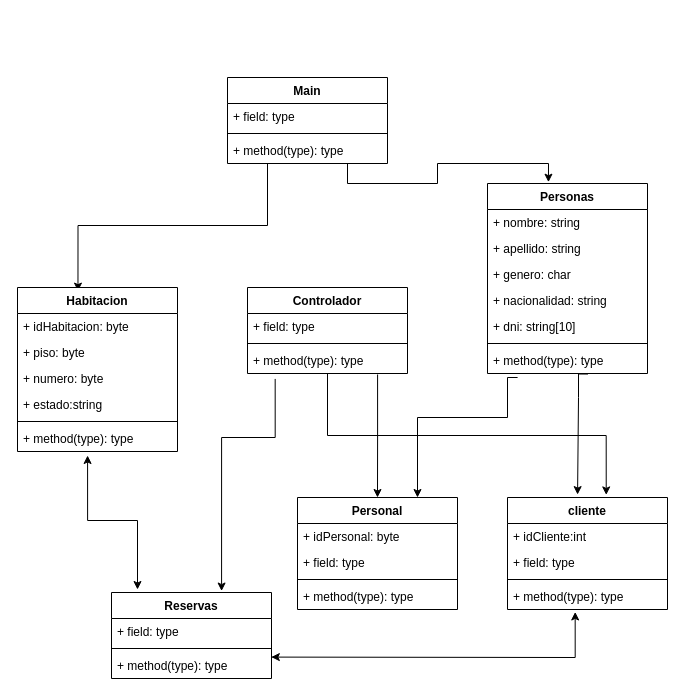
Earlier version of the draw.io diagram UML_hotel.drawio (MicaelaAimone/TpFinal). Source tidied: cells renumbered, new cells numbered last; positions are measured from the earlier drawing's top-left corner, leaving out a move shared by most shapes. Both pictures are drawn from the tidied source at 100%, with x=0, y=0 at pixel (17, 77).
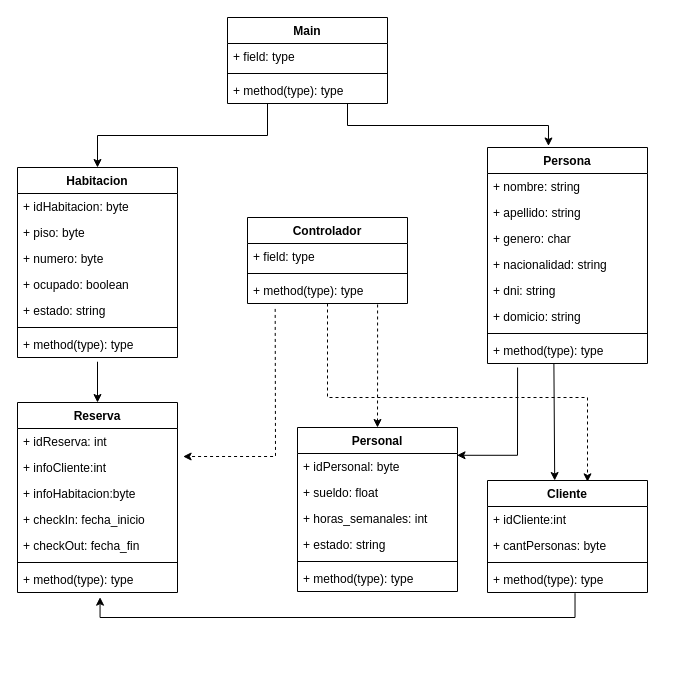
After the change.

Commit message:
UML actualizado

The change refers to these unchanged cells:
```xml
<mxCell id="33" value="+ method(type): type" style="text;strokeColor=none;fillColor=none;align=left;verticalAlign=top;spacingLeft=4;spacingRight=4;overflow=hidden;points=[[0,0.5],[1,0.5]];portConstraint=eastwest;whiteSpace=wrap;html=1;" parent="29" vertex="1">
  <mxGeometry y="86" width="160" height="26" as="geometry" />
</mxCell>
<mxCell id="35" value="+ idPersonal: byte" style="text;strokeColor=none;fillColor=none;align=left;verticalAlign=top;spacingLeft=4;spacingRight=4;overflow=hidden;points=[[0,0.5],[1,0.5]];portConstraint=eastwest;whiteSpace=wrap;html=1;" parent="34" vertex="1">
  <mxGeometry y="26" width="160" height="26" as="geometry" />
</mxCell>
<mxCell id="42" value="+ method(type): type" style="text;strokeColor=none;fillColor=none;align=left;verticalAlign=top;spacingLeft=4;spacingRight=4;overflow=hidden;points=[[0,0.5],[1,0.5]];portConstraint=eastwest;whiteSpace=wrap;html=1;" parent="39" vertex="1">
  <mxGeometry y="60" width="160" height="26" as="geometry" />
</mxCell>
```

The edit, as a diff of the source:
```diff
@@
-    <mxCell id="2" style="edgeStyle=orthogonalEdgeStyle;rounded=0;jettySize=auto;html=1;exitX=0.25;exitY=1;exitDx=0;exitDy=0;entryX=0.378;entryY=0.022;entryDx=0;entryDy=0;entryPerimeter=0;" parent="1" edge="1" source="4" target="9">
+    <mxCell id="2" style="edgeStyle=orthogonalEdgeStyle;rounded=0;jettySize=auto;html=1;exitX=0.25;exitY=1;exitDx=0;exitDy=0;entryX=0.5;entryY=0;entryDx=0;entryDy=0;" parent="1" edge="1" source="4" target="9">
       <mxGeometry relative="1" as="geometry" />
     </mxCell>
@@
     <mxCell id="4" value="Main" style="swimlane;fontStyle=1;align=center;verticalAlign=top;horizontal=1;startSize=26;whiteSpace=wrap;html=1;" parent="1" vertex="1">
-      <mxGeometry x="210" width="160" height="86" as="geometry" />
+      <mxGeometry x="210" y="-60" width="160" height="86" as="geometry" />
     </mxCell>
@@
-    <mxCell id="8" style="edgeStyle=orthogonalEdgeStyle;rounded=0;jettySize=auto;html=1;exitX=0.173;exitY=1.209;exitDx=0;exitDy=0;entryX=0.688;entryY=-0.017;entryDx=0;entryDy=0;entryPerimeter=0;exitPerimeter=0;" parent="1" edge="1" source="42" target="25">
+    <mxCell id="8" style="edgeStyle=elbowEdgeStyle;rounded=0;jettySize=auto;html=1;exitX=0.173;exitY=1.209;exitDx=0;exitDy=0;exitPerimeter=0;entryX=1.035;entryY=0.077;entryDx=0;entryDy=0;dashed=1;entryPerimeter=0;" parent="1" edge="1" source="42" target="26">
       <mxGeometry relative="1" as="geometry">
         <Array as="points">
-          <mxPoint x="258" y="360" />
-          <mxPoint x="204" y="360" />
+          <mxPoint x="258" y="330" />
         </Array>
       </mxGeometry>
     </mxCell>
     <mxCell id="9" value="Habitacion" style="swimlane;fontStyle=1;align=center;verticalAlign=top;horizontal=1;startSize=26;whiteSpace=wrap;html=1;" parent="1" vertex="1">
-      <mxGeometry y="210" width="160" height="164" as="geometry" />
+      <mxGeometry y="90" width="160" height="190" as="geometry" />
     </mxCell>
@@
-    <mxCell id="13" value="+ estado:string" style="text;strokeColor=none;fillColor=none;align=left;verticalAlign=top;spacingLeft=4;spacingRight=4;overflow=hidden;whiteSpace=wrap;html=1;" parent="9" vertex="1">
+    <mxCell id="13" value="+ ocupado: boolean" style="text;strokeColor=none;fillColor=none;align=left;verticalAlign=top;spacingLeft=4;spacingRight=4;overflow=hidden;whiteSpace=wrap;html=1;" parent="9" vertex="1">
       <mxGeometry y="104" width="160" height="26" as="geometry" />
     </mxCell>
+    <mxCell id="48" value="+ estado: string" style="text;strokeColor=none;fillColor=none;align=left;verticalAlign=top;spacingLeft=4;spacingRight=4;overflow=hidden;whiteSpace=wrap;html=1;" parent="9" vertex="1">
+      <mxGeometry y="130" width="160" height="26" as="geometry" />
+    </mxCell>
     <mxCell id="14" style="line;strokeWidth=1;fillColor=none;align=left;verticalAlign=middle;spacingTop=-1;spacingLeft=3;spacingRight=3;labelPosition=right;strokeColor=inherit;" parent="9" vertex="1">
-      <mxGeometry y="130" width="160" height="8" as="geometry" />
+      <mxGeometry y="156" width="160" height="8" as="geometry" />
     </mxCell>
     <mxCell id="15" value="+ method(type): type" style="text;strokeColor=none;fillColor=none;align=left;verticalAlign=top;spacingLeft=4;spacingRight=4;overflow=hidden;points=[[0,0.5],[1,0.5]];portConstraint=eastwest;whiteSpace=wrap;html=1;" parent="9" vertex="1">
-      <mxGeometry y="138" width="160" height="26" as="geometry" />
+      <mxGeometry y="164" width="160" height="26" as="geometry" />
     </mxCell>
-    <mxCell id="16" value="Personas" style="swimlane;fontStyle=1;align=center;verticalAlign=top;horizontal=1;startSize=26;whiteSpace=wrap;html=1;" parent="1" vertex="1">
-      <mxGeometry x="470" y="106" width="160" height="190" as="geometry" />
+    <mxCell id="16" value="Persona" style="swimlane;fontStyle=1;align=center;verticalAlign=top;horizontal=1;startSize=26;whiteSpace=wrap;html=1;" parent="1" vertex="1">
+      <mxGeometry x="470" y="70" width="160" height="216" as="geometry" />
     </mxCell>
@@
-    <mxCell id="21" value="+ dni: string[10]" style="text;strokeColor=none;fillColor=none;align=left;verticalAlign=top;spacingLeft=4;spacingRight=4;overflow=hidden;whiteSpace=wrap;html=1;" parent="16" vertex="1">
+    <mxCell id="21" value="+ dni: string" style="text;strokeColor=none;fillColor=none;align=left;verticalAlign=top;spacingLeft=4;spacingRight=4;overflow=hidden;whiteSpace=wrap;html=1;" parent="16" vertex="1">
       <mxGeometry y="130" width="160" height="26" as="geometry" />
     </mxCell>
+    <mxCell id="49" value="+ domicio: string" style="text;strokeColor=none;fillColor=none;align=left;verticalAlign=top;spacingLeft=4;spacingRight=4;overflow=hidden;whiteSpace=wrap;html=1;" parent="16" vertex="1">
+      <mxGeometry y="156" width="160" height="26" as="geometry" />
+    </mxCell>
     <mxCell id="22" style="line;strokeWidth=1;fillColor=none;align=left;verticalAlign=middle;spacingTop=-1;spacingLeft=3;spacingRight=3;labelPosition=right;strokeColor=inherit;" parent="16" vertex="1">
-      <mxGeometry y="156" width="160" height="8" as="geometry" />
+      <mxGeometry y="182" width="160" height="8" as="geometry" />
     </mxCell>
     <mxCell id="23" value="+ method(type): type" style="text;strokeColor=none;fillColor=none;align=left;verticalAlign=top;spacingLeft=4;spacingRight=4;overflow=hidden;points=[[0,0.5],[1,0.5]];portConstraint=eastwest;whiteSpace=wrap;html=1;" parent="16" vertex="1">
-      <mxGeometry y="164" width="160" height="26" as="geometry" />
+      <mxGeometry y="190" width="160" height="26" as="geometry" />
     </mxCell>
-    <mxCell id="24" style="edgeStyle=orthogonalEdgeStyle;rounded=0;jettySize=auto;html=1;exitX=0.5;exitY=1;exitDx=0;exitDy=0;entryX=0.617;entryY=-0.023;entryDx=0;entryDy=0;entryPerimeter=0;" parent="1" edge="1" source="39" target="29">
-      <mxGeometry relative="1" as="geometry" />
+    <mxCell id="24" style="edgeStyle=orthogonalEdgeStyle;rounded=0;jettySize=auto;html=1;exitX=0.5;exitY=1;exitDx=0;exitDy=0;entryX=0.625;entryY=0.012;entryDx=0;entryDy=0;entryPerimeter=0;dashed=1;" parent="1" edge="1" source="39" target="29">
+      <mxGeometry relative="1" as="geometry">
+        <Array as="points">
+          <mxPoint x="310" y="320" />
+          <mxPoint x="570" y="320" />
+        </Array>
+      </mxGeometry>
     </mxCell>
-    <mxCell id="25" value="Reservas" style="swimlane;fontStyle=1;align=center;verticalAlign=top;horizontal=1;startSize=26;whiteSpace=wrap;html=1;" parent="1" vertex="1">
-      <mxGeometry x="94" y="515" width="160" height="86" as="geometry" />
+    <mxCell id="25" value="Reserva" style="swimlane;fontStyle=1;align=center;verticalAlign=top;horizontal=1;startSize=26;whiteSpace=wrap;html=1;" parent="1" vertex="1">
+      <mxGeometry y="325" width="160" height="190" as="geometry" />
     </mxCell>
+    <mxCell id="50" value="+ idReserva: int" style="text;strokeColor=none;fillColor=none;align=left;verticalAlign=top;spacingLeft=4;spacingRight=4;overflow=hidden;whiteSpace=wrap;html=1;" parent="25" vertex="1">
+      <mxGeometry y="26" width="160" height="26" as="geometry" />
+    </mxCell>
-    <mxCell id="26" value="+ field: type" style="text;strokeColor=none;fillColor=none;align=left;verticalAlign=top;spacingLeft=4;spacingRight=4;overflow=hidden;points=[[0,0.5],[1,0.5]];portConstraint=eastwest;whiteSpace=wrap;html=1;" parent="25" vertex="1">
-      <mxGeometry y="26" width="160" height="26" as="geometry" />
+    <mxCell id="26" value="+ infoCliente:int" style="text;strokeColor=none;fillColor=none;align=left;verticalAlign=top;spacingLeft=4;spacingRight=4;overflow=hidden;points=[[0,0.5],[1,0.5]];portConstraint=eastwest;whiteSpace=wrap;html=1;" parent="25" vertex="1">
+      <mxGeometry y="52" width="160" height="26" as="geometry" />
     </mxCell>
+    <mxCell id="51" value="+ infoHabitacion:byte" style="text;strokeColor=none;fillColor=none;align=left;verticalAlign=top;spacingLeft=4;spacingRight=4;overflow=hidden;whiteSpace=wrap;html=1;" parent="25" vertex="1">
+      <mxGeometry y="78" width="160" height="26" as="geometry" />
+    </mxCell>
+    <mxCell id="31" value="+ checkIn: fecha_inicio" style="text;strokeColor=none;fillColor=none;align=left;verticalAlign=top;spacingLeft=4;spacingRight=4;overflow=hidden;whiteSpace=wrap;html=1;" parent="25" vertex="1">
+      <mxGeometry y="104" width="160" height="26" as="geometry" />
+    </mxCell>
+    <mxCell id="52" value="+ checkOut: fecha_fin" style="text;strokeColor=none;fillColor=none;align=left;verticalAlign=top;spacingLeft=4;spacingRight=4;overflow=hidden;whiteSpace=wrap;html=1;" parent="25" vertex="1">
+      <mxGeometry y="130" width="160" height="26" as="geometry" />
+    </mxCell>
     <mxCell id="27" style="line;strokeWidth=1;fillColor=none;align=left;verticalAlign=middle;spacingTop=-1;spacingLeft=3;spacingRight=3;labelPosition=right;strokeColor=inherit;" parent="25" vertex="1">
-      <mxGeometry y="52" width="160" height="8" as="geometry" />
+      <mxGeometry y="156" width="160" height="8" as="geometry" />
     </mxCell>
     <mxCell id="28" value="+ method(type): type" style="text;strokeColor=none;fillColor=none;align=left;verticalAlign=top;spacingLeft=4;spacingRight=4;overflow=hidden;points=[[0,0.5],[1,0.5]];portConstraint=eastwest;whiteSpace=wrap;html=1;" parent="25" vertex="1">
-      <mxGeometry y="60" width="160" height="26" as="geometry" />
+      <mxGeometry y="164" width="160" height="26" as="geometry" />
     </mxCell>
-    <mxCell id="29" value="cliente" style="swimlane;fontStyle=1;align=center;verticalAlign=top;horizontal=1;startSize=26;whiteSpace=wrap;html=1;" parent="1" vertex="1">
-      <mxGeometry x="490" y="420" width="160" height="112" as="geometry" />
+    <mxCell id="29" value="Cliente" style="swimlane;fontStyle=1;align=center;verticalAlign=top;horizontal=1;startSize=26;whiteSpace=wrap;html=1;" parent="1" vertex="1">
+      <mxGeometry x="470" y="403" width="160" height="112" as="geometry" />
     </mxCell>
@@
-    <mxCell id="31" value="+ field: type" style="text;strokeColor=none;fillColor=none;align=left;verticalAlign=top;spacingLeft=4;spacingRight=4;overflow=hidden;whiteSpace=wrap;html=1;" parent="29" vertex="1">
-      <mxGeometry y="52" width="160" height="26" as="geometry" />
-    </mxCell>
+    <mxCell id="53" value="+ cantPersonas: byte" style="text;strokeColor=none;fillColor=none;align=left;verticalAlign=top;spacingLeft=4;spacingRight=4;overflow=hidden;whiteSpace=wrap;html=1;" parent="29" vertex="1">
+      <mxGeometry y="52" width="160" height="26" as="geometry" />
+    </mxCell>
@@
     <mxCell id="34" value="Personal" style="swimlane;fontStyle=1;align=center;verticalAlign=top;horizontal=1;startSize=26;whiteSpace=wrap;html=1;" parent="1" vertex="1">
-      <mxGeometry x="280" y="420" width="160" height="112" as="geometry" />
+      <mxGeometry x="280" y="350" width="160" height="164" as="geometry" />
     </mxCell>
@@
-    <mxCell id="36" value="+ field: type" style="text;strokeColor=none;fillColor=none;align=left;verticalAlign=top;spacingLeft=4;spacingRight=4;overflow=hidden;whiteSpace=wrap;html=1;" parent="34" vertex="1">
+    <mxCell id="36" value="+ sueldo: float" style="text;strokeColor=none;fillColor=none;align=left;verticalAlign=top;spacingLeft=4;spacingRight=4;overflow=hidden;whiteSpace=wrap;html=1;" parent="34" vertex="1">
       <mxGeometry y="52" width="160" height="26" as="geometry" />
     </mxCell>
+    <mxCell id="54" value="+ horas_semanales: int&amp;nbsp;" style="text;strokeColor=none;fillColor=none;align=left;verticalAlign=top;spacingLeft=4;spacingRight=4;overflow=hidden;whiteSpace=wrap;html=1;" parent="34" vertex="1">
+      <mxGeometry y="78" width="160" height="26" as="geometry" />
+    </mxCell>
+    <mxCell id="55" value="+ estado: string" style="text;strokeColor=none;fillColor=none;align=left;verticalAlign=top;spacingLeft=4;spacingRight=4;overflow=hidden;whiteSpace=wrap;html=1;" parent="34" vertex="1">
+      <mxGeometry y="104" width="160" height="26" as="geometry" />
+    </mxCell>
     <mxCell id="37" style="line;strokeWidth=1;fillColor=none;align=left;verticalAlign=middle;spacingTop=-1;spacingLeft=3;spacingRight=3;labelPosition=right;strokeColor=inherit;" parent="34" vertex="1">
-      <mxGeometry y="78" width="160" height="8" as="geometry" />
+      <mxGeometry y="130" width="160" height="8" as="geometry" />
     </mxCell>
     <mxCell id="38" value="+ method(type): type" style="text;strokeColor=none;fillColor=none;align=left;verticalAlign=top;spacingLeft=4;spacingRight=4;overflow=hidden;whiteSpace=wrap;html=1;" parent="34" vertex="1">
-      <mxGeometry y="86" width="160" height="26" as="geometry" />
+      <mxGeometry y="138" width="160" height="26" as="geometry" />
     </mxCell>
     <mxCell id="39" value="Controlador" style="swimlane;fontStyle=1;align=center;verticalAlign=top;horizontal=1;startSize=26;whiteSpace=wrap;html=1;" parent="1" vertex="1">
-      <mxGeometry x="230" y="210" width="160" height="86" as="geometry" />
+      <mxGeometry x="230" y="140" width="160" height="86" as="geometry" />
     </mxCell>
@@
-    <mxCell id="43" style="edgeStyle=orthogonalEdgeStyle;rounded=0;jettySize=auto;html=1;exitX=0.813;exitY=1.038;exitDx=0;exitDy=0;entryX=0.5;entryY=0;entryDx=0;entryDy=0;exitPerimeter=0;" parent="1" edge="1" source="42" target="34">
+    <mxCell id="43" style="edgeStyle=orthogonalEdgeStyle;rounded=0;jettySize=auto;html=1;exitX=0.813;exitY=1.038;exitDx=0;exitDy=0;entryX=0.5;entryY=0;entryDx=0;entryDy=0;exitPerimeter=0;dashed=1;" parent="1" edge="1" source="42" target="34">
       <mxGeometry relative="1" as="geometry" />
     </mxCell>
-    <mxCell id="44" style="endArrow=classic;startArrow=classic;html=1;rounded=0;entryX=0.423;entryY=1.095;entryDx=0;entryDy=0;entryPerimeter=0;edgeStyle=orthogonalEdgeStyle;exitX=0.999;exitY=0.177;exitDx=0;exitDy=0;exitPerimeter=0;" parent="1" edge="1" source="28" target="33">
+    <mxCell id="44" style="endArrow=none;startArrow=classic;html=1;rounded=0;edgeStyle=elbowEdgeStyle;exitX=0.516;exitY=1.18;exitDx=0;exitDy=0;exitPerimeter=0;entryX=0.547;entryY=1.026;entryDx=0;entryDy=0;entryPerimeter=0;startFill=1;endFill=0;" parent="1" edge="1" source="28" target="33">
       <mxGeometry relative="1" as="geometry">
         <Array as="points">
-          <mxPoint x="255" y="580" />
-          <mxPoint x="548" y="580" />
+          <mxPoint x="250" y="540" />
         </Array>
       </mxGeometry>
     </mxCell>
-    <mxCell id="45" style="endArrow=classic;startArrow=classic;html=1;rounded=0;entryX=0.438;entryY=1.154;entryDx=0;entryDy=0;entryPerimeter=0;edgeStyle=orthogonalEdgeStyle;" parent="1" edge="1" target="15">
-      <mxGeometry relative="1" as="geometry">
-        <mxPoint x="120" y="512" as="sourcePoint" />
-        <Array as="points">
-          <mxPoint x="120" y="512" />
-          <mxPoint x="120" y="443" />
-          <mxPoint x="70" y="443" />
-        </Array>
-      </mxGeometry>
+    <mxCell id="45" style="endArrow=none;startArrow=classic;html=1;rounded=0;exitX=0.5;exitY=0;exitDx=0;exitDy=0;edgeStyle=elbowEdgeStyle;entryX=0.505;entryY=1.163;entryDx=0;entryDy=0;entryPerimeter=0;startFill=1;endFill=0;" parent="1" edge="1" source="25" target="15">
+      <mxGeometry relative="1" as="geometry" />
     </mxCell>
-    <mxCell id="46" style="endArrow=classic;html=1;rounded=0;exitX=0.188;exitY=1.154;exitDx=0;exitDy=0;exitPerimeter=0;entryX=0.75;entryY=0;entryDx=0;entryDy=0;edgeStyle=orthogonalEdgeStyle;" parent="1" edge="1" source="23" target="34">
+    <mxCell id="46" style="endArrow=classic;html=1;rounded=0;exitX=0.188;exitY=1.154;exitDx=0;exitDy=0;exitPerimeter=0;edgeStyle=elbowEdgeStyle;entryX=0.997;entryY=0.069;entryDx=0;entryDy=0;entryPerimeter=0;" parent="1" edge="1" source="23" target="35">
       <mxGeometry relative="1" as="geometry">
         <Array as="points">
-          <mxPoint x="490" y="340" />
-          <mxPoint x="400" y="340" />
+          <mxPoint x="500" y="340" />
         </Array>
       </mxGeometry>
     </mxCell>
-    <mxCell id="47" style="endArrow=classic;html=1;rounded=0;exitX=0.628;exitY=1.021;exitDx=0;exitDy=0;exitPerimeter=0;entryX=0.438;entryY=-0.026;entryDx=0;entryDy=0;entryPerimeter=0;edgeStyle=orthogonalEdgeStyle;" parent="1" edge="1" source="23" target="29">
-      <mxGeometry relative="1" as="geometry">
-        <Array as="points">
-          <mxPoint x="561" y="320" />
-          <mxPoint x="560" y="320" />
-        </Array>
-      </mxGeometry>
+    <mxCell id="47" style="endArrow=classic;html=1;rounded=0;exitX=0.415;exitY=1;exitDx=0;exitDy=0;exitPerimeter=0;entryX=0.42;entryY=0;entryDx=0;entryDy=0;entryPerimeter=0;" parent="1" edge="1" source="23" target="29">
+      <mxGeometry relative="1" as="geometry" />
     </mxCell>
```
